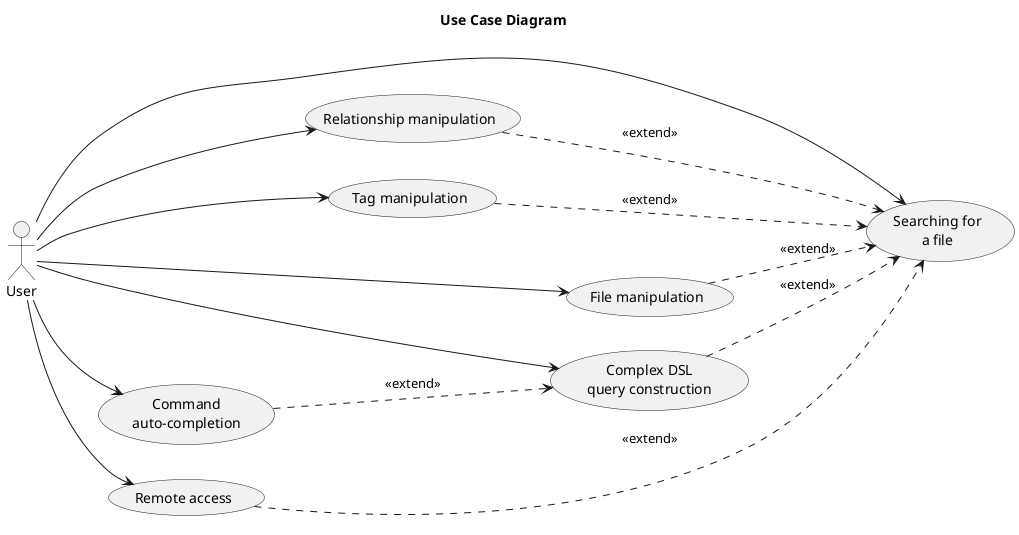
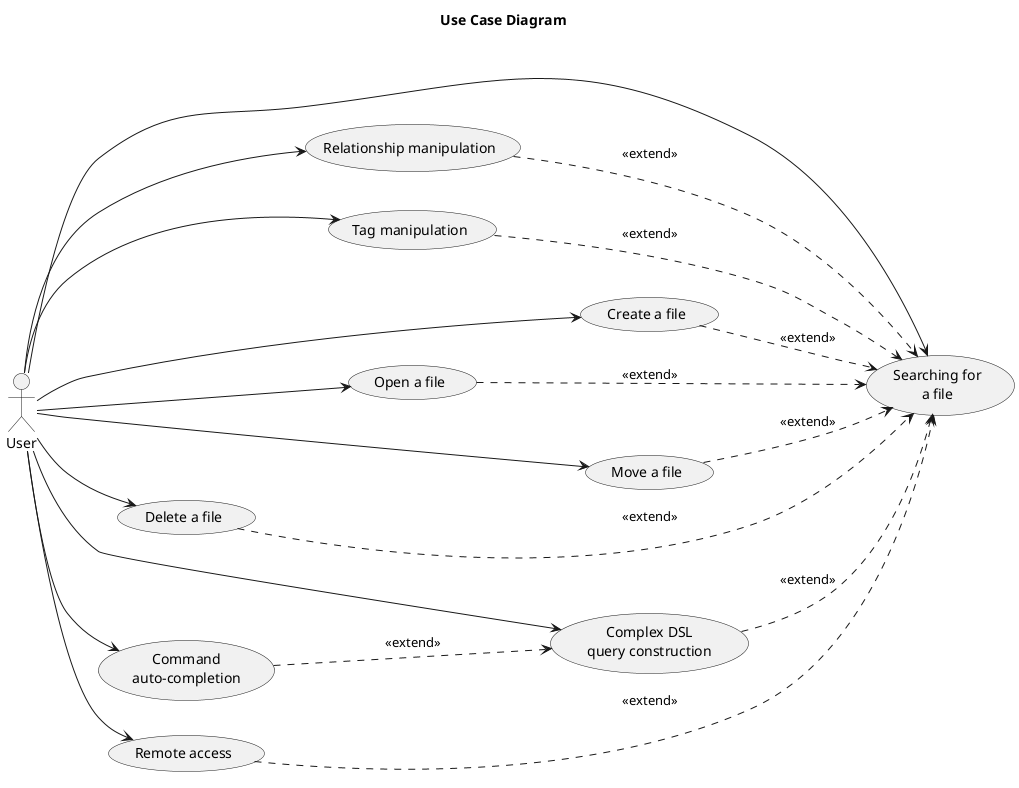
@startuml USE CASE DIAGRAM
Title Use Case Diagram

left to right direction

actor User

usecase UC1 as "Searching for\na file"
usecase UC2 as "Relationship manipulation"
usecase UC3 as "Tag manipulation"
- usecase UC4 as "File manipulation"
+ usecase UC4A as "Create a file"
+ usecase UC4B as "Open a file"
+ usecase UC4C as "Move a file"
+ usecase UC4D as "Delete a file"
usecase UC5 as "Complex DSL\nquery construction"
usecase UC6 as "Command\nauto-completion"
usecase UC7 as "Remote access"

User  --> UC1
User  --> UC2
User  --> UC3
- User  --> UC4
+ User  --> UC4A
+ User  --> UC4B
+ User  --> UC4C
+ User  --> UC4D
User  --> UC5
User  --> UC6
User  --> UC7

UC2 ..> UC1 : <<extend>>
UC3 ..> UC1 : <<extend>>
- UC4 ..> UC1 : <<extend>>
+ UC4A ..> UC1 : <<extend>>
+ UC4B ..> UC1 : <<extend>>
+ UC4C ..> UC1 : <<extend>>
+ UC4D ..> UC1 : <<extend>>
UC5 ..> UC1 : <<extend>>
UC6 ..> UC5 : <<extend>>
UC7 ..> UC1 : <<extend>>

@enduml
